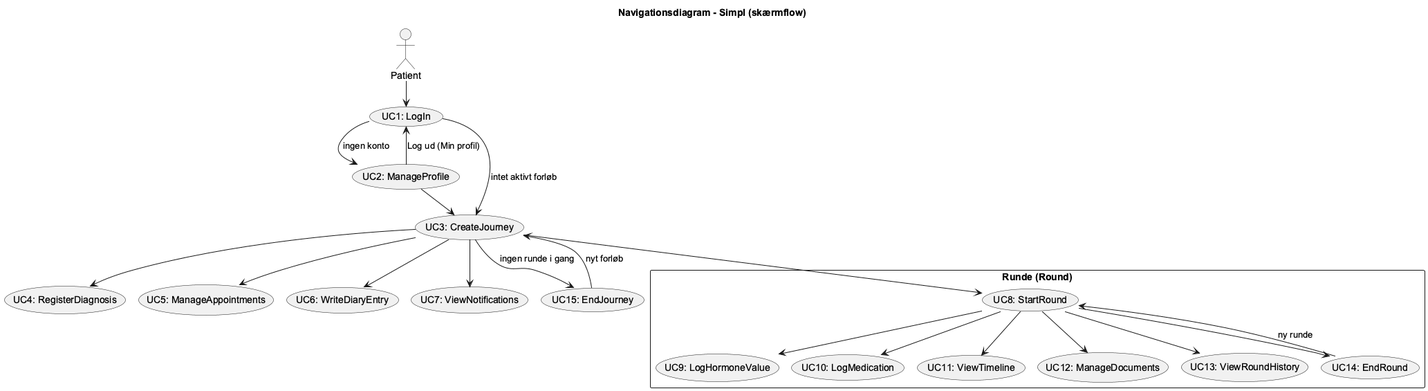
BesimaP/Simpl-PET-project keeps this PlantUML diagram as doc/dynamic/Navigation.png. Above is the earlier version.
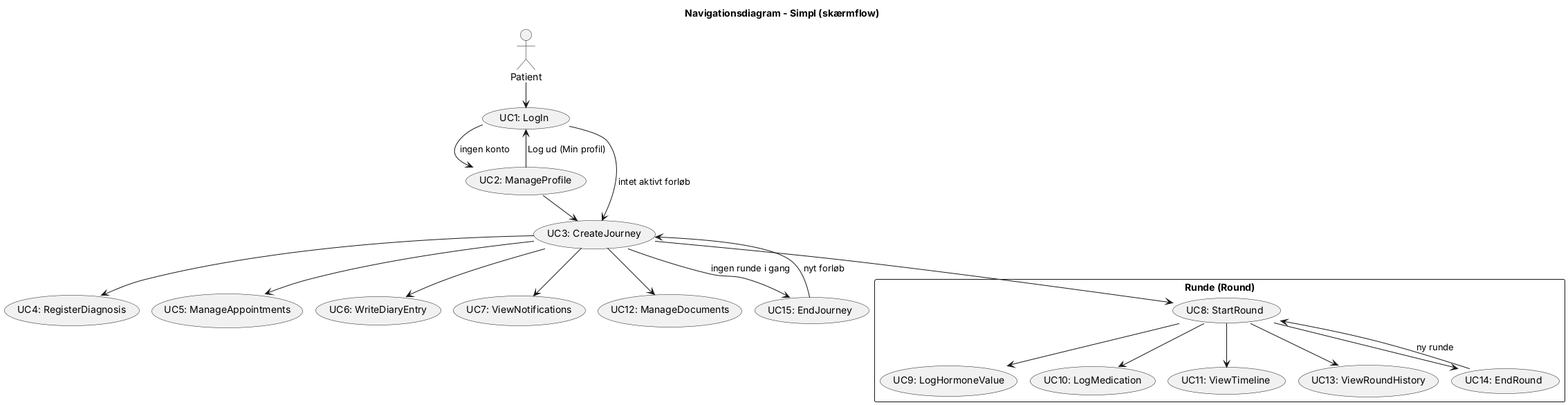
After the change.

Diff of the diagram source:
```diff
@@ -16,13 +16,13 @@
 usecase "UC5: ManageAppointments" as UC5
 usecase "UC6: WriteDiaryEntry" as UC6
 usecase "UC7: ViewNotifications" as UC7
+usecase "UC12: ManageDocuments" as UC12
 
 rectangle "Runde (Round)" {
   usecase "UC8: StartRound" as UC8
   usecase "UC9: LogHormoneValue" as UC9
   usecase "UC10: LogMedication" as UC10
   usecase "UC11: ViewTimeline" as UC11
-  usecase "UC12: ManageDocuments" as UC12
   usecase "UC13: ViewRoundHistory" as UC13
   usecase "UC14: EndRound" as UC14
 }
@@ -39,12 +39,12 @@
 UC3 --> UC5
 UC3 --> UC6
 UC3 --> UC7
+UC3 --> UC12
 UC3 --> UC8
 
 UC8 --> UC9
 UC8 --> UC10
 UC8 --> UC11
-UC8 --> UC12
 UC8 --> UC13
 UC8 --> UC14
 
```
